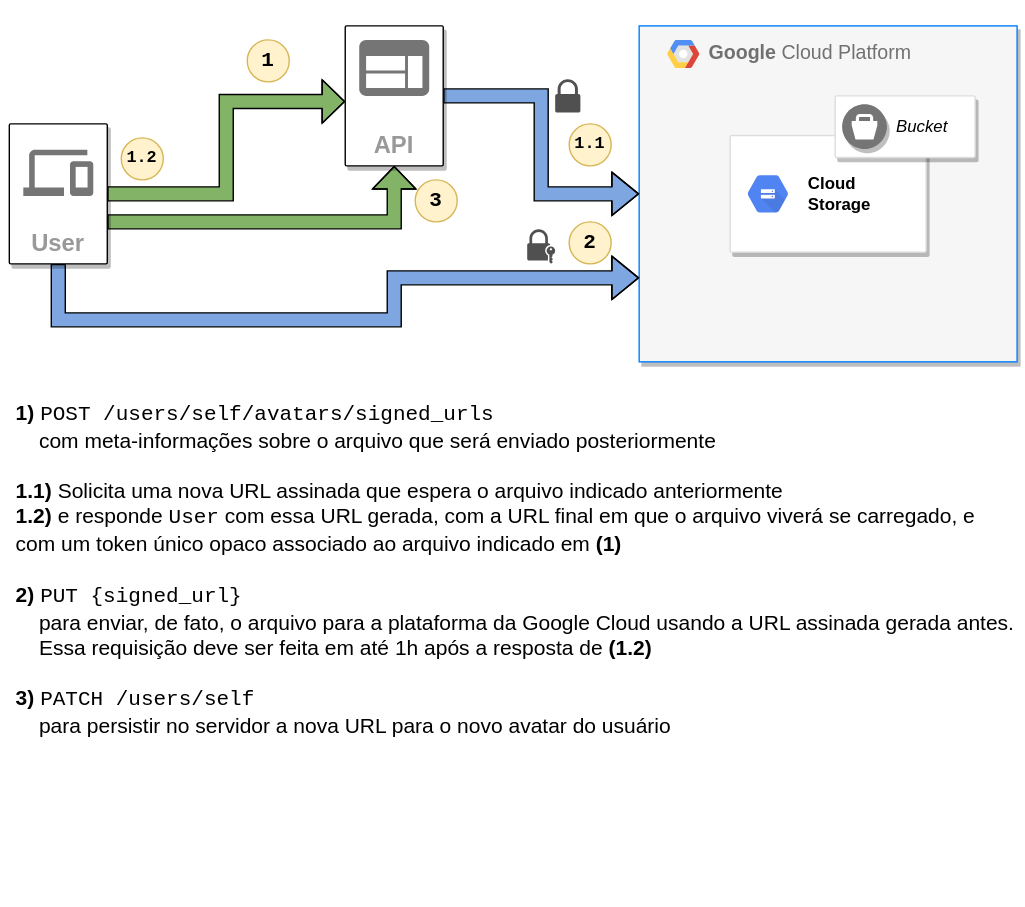
The draw.io diagram drawio-diagrams/user/upload_new_avatar.svg in codemeistre/docs, before a commit. Source tidied: cells renumbered, new cells last; positions are measured from the earlier drawing's top-left corner, leaving out a move shared by most shapes. The source it was exported from:
```xml
<mxGraphModel>
  <root>
    <mxCell id="0" />
    <mxCell id="1" parent="0" />
    <mxCell id="2" value="&lt;b&gt;Google &lt;/b&gt;Cloud Platform" style="fillColor=#F6F6F6;strokeColor=#007FFF;shadow=1;gradientColor=none;fontSize=14;align=left;spacing=10;fontColor=#717171;9E9E9E;verticalAlign=top;spacingTop=-4;fontStyle=0;spacingLeft=40;html=1;" parent="1" vertex="1">
      <mxGeometry x="456" y="18" width="270" height="240" as="geometry" />
    </mxCell>
    <mxCell id="3" style="shape=mxgraph.gcp2.google_cloud_platform;fillColor=#F6F6F6;strokeColor=none;shadow=0;gradientColor=none;" parent="2" vertex="1">
      <mxGeometry width="23" height="20" relative="1" as="geometry">
        <mxPoint x="20" y="10" as="offset" />
      </mxGeometry>
    </mxCell>
    <mxCell id="4" style="strokeColor=#dddddd;shadow=1;strokeWidth=1;rounded=1;absoluteArcSize=1;arcSize=2;fontStyle=0;" parent="2" vertex="1">
      <mxGeometry x="65" y="78.3" width="140" height="83.3" as="geometry" />
    </mxCell>
    <mxCell id="5" value="Cloud&#10;Storage" style="sketch=0;dashed=0;html=1;fillColor=#5184F3;strokeColor=none;shape=mxgraph.gcp2.hexIcon;prIcon=cloud_storage;labelPosition=right;verticalLabelPosition=middle;align=left;verticalAlign=middle;spacingLeft=5;fontColor=#000000;fontSize=12;fontStyle=1;" parent="4" vertex="1">
      <mxGeometry y="0.5" width="44" height="39" relative="1" as="geometry">
        <mxPoint x="5" y="-19.5" as="offset" />
      </mxGeometry>
    </mxCell>
    <mxCell id="6" style="strokeColor=#dddddd;shadow=1;strokeWidth=1;rounded=1;absoluteArcSize=1;arcSize=2;fontSize=17;" parent="2" vertex="1">
      <mxGeometry x="140" y="50" width="100" height="44" as="geometry" />
    </mxCell>
    <mxCell id="7" value="Bucket" style="sketch=0;dashed=0;html=1;fillColor=#757575;strokeColor=none;shape=mxgraph.gcp2.bucket;labelPosition=right;verticalLabelPosition=middle;align=left;verticalAlign=middle;spacingLeft=5;fontSize=12;shadow=1;fontStyle=2;" parent="6" vertex="1">
      <mxGeometry y="0.5" width="32" height="32" relative="1" as="geometry">
        <mxPoint x="5" y="-16" as="offset" />
      </mxGeometry>
    </mxCell>
    <mxCell id="8" style="edgeStyle=orthogonalEdgeStyle;shape=flexArrow;rounded=0;jettySize=auto;html=1;entryX=0;entryY=0.75;entryDx=0;entryDy=0;fontSize=17;startArrow=none;strokeColor=#000000;strokeWidth=1;fillColor=#7EA6E0;startFill=0;" parent="1" edge="1" source="10" target="2">
      <mxGeometry relative="1" as="geometry">
        <Array as="points">
          <mxPoint x="41" y="228" />
          <mxPoint x="281" y="228" />
          <mxPoint x="281" y="198" />
        </Array>
      </mxGeometry>
    </mxCell>
    <mxCell id="9" style="edgeStyle=orthogonalEdgeStyle;shape=flexArrow;rounded=0;jettySize=auto;html=1;entryX=0.5;entryY=1;entryDx=0;entryDy=0;fontFamily=Courier New;fontSize=15;fontColor=#000000;startArrow=none;startFill=0;startSize=6;endSize=5;strokeColor=#000000;strokeWidth=1;fillColor=#82B366;" parent="1" edge="1" source="10" target="15">
      <mxGeometry relative="1" as="geometry">
        <Array as="points">
          <mxPoint x="281" y="158" />
        </Array>
      </mxGeometry>
    </mxCell>
    <mxCell id="10" value="User" style="strokeColor=#000000;fillColor=#ffffff;shadow=1;strokeWidth=1;rounded=1;absoluteArcSize=1;arcSize=2;labelPosition=center;verticalLabelPosition=middle;align=center;verticalAlign=bottom;spacingLeft=0;fontColor=#999999;fontSize=17;whiteSpace=wrap;spacingBottom=2;html=1;fontStyle=1;" parent="1" vertex="1">
      <mxGeometry x="6" y="88" width="70" height="100" as="geometry" />
    </mxCell>
    <mxCell id="11" style="dashed=0;html=1;fillColor=#757575;strokeColor=none;shape=mxgraph.gcp2.desktop_and_mobile;" parent="10" vertex="1">
      <mxGeometry x="0.5" width="50" height="33" relative="1" as="geometry">
        <mxPoint x="-25" y="18.5" as="offset" />
      </mxGeometry>
    </mxCell>
    <mxCell id="12" style="edgeStyle=orthogonalEdgeStyle;shape=flexArrow;rounded=0;jettySize=auto;html=1;entryX=0;entryY=0.5;entryDx=0;entryDy=0;fontSize=17;strokeColor=default;strokeWidth=1;fillColor=#7EA6E0;startArrow=none;startFill=0;" parent="1" edge="1" source="15" target="2">
      <mxGeometry relative="1" as="geometry" />
    </mxCell>
    <mxCell id="13" style="edgeStyle=orthogonalEdgeStyle;rounded=0;html=1;labelBackgroundColor=none;startFill=1;endArrow=blockThin;endFill=1;jettySize=auto;strokeColor=default;strokeWidth=1;fontSize=12;fontColor=#000000;align=left;dashed=0;fillColor=#82B366;entryX=0;entryY=0.54;entryDx=0;entryDy=0;entryPerimeter=0;shape=flexArrow;startSize=6;endSize=5;" parent="1" edge="1" source="10" target="15">
      <mxGeometry relative="1" as="geometry" />
    </mxCell>
    <mxCell id="14" style="group;" parent="1" vertex="1">
      <mxGeometry x="246" y="18" width="70" height="100" as="geometry" />
    </mxCell>
    <mxCell id="15" value="API" style="strokeColor=#000000;fillColor=#ffffff;shadow=1;strokeWidth=1;rounded=1;absoluteArcSize=1;arcSize=2;labelPosition=center;verticalLabelPosition=middle;align=center;verticalAlign=bottom;spacingLeft=0;fontColor=#999999;fontSize=17;whiteSpace=wrap;spacingBottom=2;html=1;fontStyle=1;" parent="14" vertex="1">
      <mxGeometry width="70" height="100" as="geometry" />
    </mxCell>
    <mxCell id="16" style="sketch=0;dashed=0;html=1;fillColor=#757575;strokeColor=none;shape=mxgraph.gcp2.application;shadow=0;fontSize=17;fontColor=#000000;" parent="14" vertex="1">
      <mxGeometry x="10" y="10" width="50" height="40" as="geometry" />
    </mxCell>
    <mxCell id="17" value="1" style="ellipse;whiteSpace=wrap;html=1;shadow=0;fontSize=15;strokeColor=#d6b656;fillColor=#fff2cc;fontFamily=Courier New;fontStyle=1;" parent="1" vertex="1">
      <mxGeometry x="176" y="28" width="30" height="30" as="geometry" />
    </mxCell>
    <mxCell id="18" value="1.1" style="ellipse;whiteSpace=wrap;html=1;shadow=0;fontSize=12;strokeColor=#d6b656;fillColor=#fff2cc;fontFamily=Courier New;fontStyle=1;" parent="1" vertex="1">
      <mxGeometry x="406" y="88" width="30" height="30" as="geometry" />
    </mxCell>
    <mxCell id="19" value="2" style="ellipse;whiteSpace=wrap;html=1;shadow=0;fontSize=15;strokeColor=#d6b656;fillColor=#fff2cc;fontFamily=Courier New;fontStyle=1;" parent="1" vertex="1">
      <mxGeometry x="406" y="158" width="30" height="30" as="geometry" />
    </mxCell>
    <mxCell id="20" value="3" style="ellipse;whiteSpace=wrap;html=1;shadow=0;fontSize=15;strokeColor=#d6b656;fillColor=#fff2cc;fontFamily=Courier New;fontStyle=1;" parent="1" vertex="1">
      <mxGeometry x="296" y="128" width="30" height="30" as="geometry" />
    </mxCell>
    <mxCell id="21" style="sketch=0;shadow=0;dashed=0;html=1;strokeColor=none;fillColor=#505050;labelPosition=center;verticalLabelPosition=bottom;verticalAlign=top;align=center;shape=mxgraph.office.security.lock_protected;fontFamily=Courier New;fontSize=15;fontColor=#000000;" parent="1" vertex="1">
      <mxGeometry x="396" y="56.1" width="18" height="23.8" as="geometry" />
    </mxCell>
    <mxCell id="22" style="sketch=0;shadow=0;dashed=0;html=1;strokeColor=none;fillColor=#505050;labelPosition=center;verticalLabelPosition=bottom;verticalAlign=top;align=center;shape=mxgraph.office.security.lock_with_key_security;fontFamily=Courier New;fontSize=15;fontColor=#000000;" parent="1" vertex="1">
      <mxGeometry x="376" y="163.3" width="20" height="24.7" as="geometry" />
    </mxCell>
    <mxCell id="23" value="&lt;b&gt;1)&lt;/b&gt; &lt;font face=&quot;Courier New&quot;&gt;POST /users/self/avatars/signed_urls&lt;/font&gt;&lt;br&gt;&lt;div&gt;&amp;nbsp;&amp;nbsp;&amp;nbsp; com meta-informações sobre o arquivo que será enviado posteriormente&lt;/div&gt;&lt;div&gt;&lt;br&gt;&lt;/div&gt;&lt;div&gt;&lt;b&gt;1.1)&lt;/b&gt; Solicita uma nova URL assinada que espera o arquivo indicado anteriormente&lt;/div&gt;&lt;div&gt;&lt;b&gt;1.2)&lt;/b&gt; e responde &lt;font face=&quot;Courier New&quot;&gt;User&lt;/font&gt; com essa URL gerada, com a URL final em que o arquivo viverá se carregado, e com um token único opaco associado ao arquivo indicado em &lt;b&gt;(1)&lt;/b&gt;&lt;/div&gt;&lt;div&gt;&lt;br&gt;&lt;/div&gt;&lt;div&gt;&lt;b&gt;2) &lt;/b&gt;&lt;font face=&quot;Courier New&quot;&gt;PUT {signed_url}&lt;/font&gt;&lt;/div&gt;&lt;div&gt;&amp;nbsp;&amp;nbsp;&amp;nbsp; para enviar, de fato, o arquivo para a plataforma da Google Cloud usando a URL assinada gerada antes.&lt;/div&gt;&lt;div&gt;&amp;nbsp;&amp;nbsp;&amp;nbsp; Essa requisição deve ser feita em até 1h após a resposta de &lt;b&gt;(1.2)&lt;/b&gt;&lt;/div&gt;&lt;div&gt;&lt;br&gt;&lt;/div&gt;&lt;div&gt;&lt;b&gt;3)&lt;/b&gt; &lt;font face=&quot;Courier New&quot;&gt;PATCH /users/self&lt;/font&gt;&lt;/div&gt;&lt;div&gt;&amp;nbsp;&amp;nbsp;&amp;nbsp; para persistir no servidor a nova URL para o novo avatar do usuário&lt;/div&gt;" style="text;html=1;strokeColor=none;fillColor=none;spacing=5;spacingTop=-20;whiteSpace=wrap;overflow=hidden;rounded=0;shadow=0;fontFamily=Helvetica;fontSize=15;fontColor=#000000;verticalAlign=top;horizontal=1;" parent="1" vertex="1">
      <mxGeometry x="6" y="296" width="724" height="350" as="geometry" />
    </mxCell>
    <mxCell id="24" value="1.2" style="ellipse;whiteSpace=wrap;html=1;shadow=0;fontSize=12;strokeColor=#d6b656;fillColor=#fff2cc;fontFamily=Courier New;fontStyle=1;" parent="1" vertex="1">
      <mxGeometry x="86" y="98" width="30" height="30" as="geometry" />
    </mxCell>
    <mxCell id="25" style="whiteSpace=wrap;html=1;shadow=0;fontFamily=Courier New;fontSize=15;fontColor=#000000;strokeColor=none;fillColor=none;" parent="1" vertex="1">
      <mxGeometry width="120" height="16" as="geometry" />
    </mxCell>
  </root>
</mxGraphModel>
```
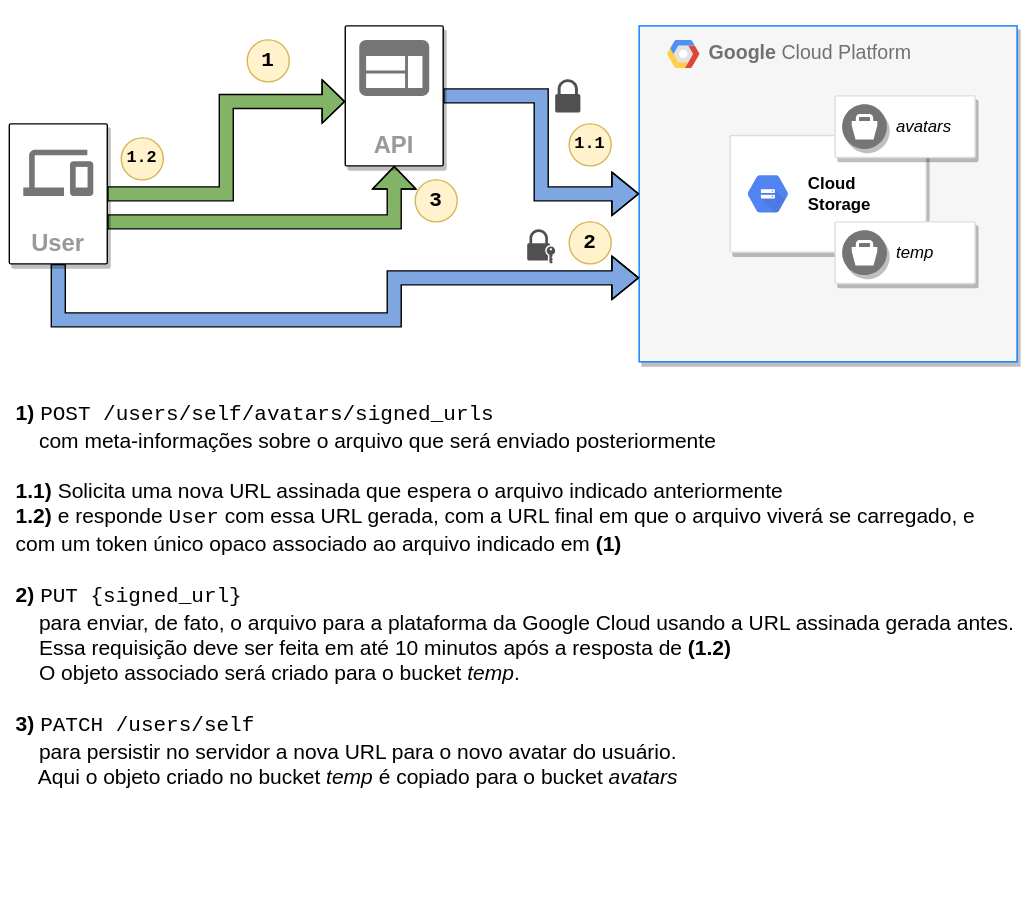
After the commit.

Commit message:
docs: update avatar upload diagram

Change to the diagram source:
```diff
@@ -21,11 +21,19 @@
     <mxCell id="6" style="strokeColor=#dddddd;shadow=1;strokeWidth=1;rounded=1;absoluteArcSize=1;arcSize=2;fontSize=17;" parent="2" vertex="1">
       <mxGeometry x="140" y="50" width="100" height="44" as="geometry" />
     </mxCell>
-    <mxCell id="7" value="Bucket" style="sketch=0;dashed=0;html=1;fillColor=#757575;strokeColor=none;shape=mxgraph.gcp2.bucket;labelPosition=right;verticalLabelPosition=middle;align=left;verticalAlign=middle;spacingLeft=5;fontSize=12;shadow=1;fontStyle=2;" parent="6" vertex="1">
+    <mxCell id="7" value="avatars" style="sketch=0;dashed=0;html=1;fillColor=#757575;strokeColor=none;shape=mxgraph.gcp2.bucket;labelPosition=right;verticalLabelPosition=middle;align=left;verticalAlign=middle;spacingLeft=5;fontSize=12;shadow=1;fontStyle=2;" parent="6" vertex="1">
       <mxGeometry y="0.5" width="32" height="32" relative="1" as="geometry">
         <mxPoint x="5" y="-16" as="offset" />
       </mxGeometry>
     </mxCell>
+    <mxCell id="26" style="strokeColor=#dddddd;shadow=1;strokeWidth=1;rounded=1;absoluteArcSize=1;arcSize=2;fontSize=17;" parent="2" vertex="1">
+      <mxGeometry x="140" y="140" width="100" height="44" as="geometry" />
+    </mxCell>
+    <mxCell id="27" value="temp" style="sketch=0;dashed=0;html=1;fillColor=#757575;strokeColor=none;shape=mxgraph.gcp2.bucket;labelPosition=right;verticalLabelPosition=middle;align=left;verticalAlign=middle;spacingLeft=5;fontSize=12;shadow=1;fontStyle=2;" parent="26" vertex="1">
+      <mxGeometry y="0.5" width="32" height="32" relative="1" as="geometry">
+        <mxPoint x="5" y="-16" as="offset" />
+      </mxGeometry>
+    </mxCell>
     <mxCell id="8" style="edgeStyle=orthogonalEdgeStyle;shape=flexArrow;rounded=0;jettySize=auto;html=1;entryX=0;entryY=0.75;entryDx=0;entryDy=0;fontSize=17;startArrow=none;strokeColor=#000000;strokeWidth=1;fillColor=#7EA6E0;startFill=0;" parent="1" edge="1" source="10" target="2">
       <mxGeometry relative="1" as="geometry">
         <Array as="points">
@@ -83,7 +91,7 @@
     <mxCell id="22" style="sketch=0;shadow=0;dashed=0;html=1;strokeColor=none;fillColor=#505050;labelPosition=center;verticalLabelPosition=bottom;verticalAlign=top;align=center;shape=mxgraph.office.security.lock_with_key_security;fontFamily=Courier New;fontSize=15;fontColor=#000000;" parent="1" vertex="1">
       <mxGeometry x="376" y="163.3" width="20" height="24.7" as="geometry" />
     </mxCell>
-    <mxCell id="23" value="&lt;b&gt;1)&lt;/b&gt; &lt;font face=&quot;Courier New&quot;&gt;POST /users/self/avatars/signed_urls&lt;/font&gt;&lt;br&gt;&lt;div&gt;&amp;nbsp;&amp;nbsp;&amp;nbsp; com meta-informações sobre o arquivo que será enviado posteriormente&lt;/div&gt;&lt;div&gt;&lt;br&gt;&lt;/div&gt;&lt;div&gt;&lt;b&gt;1.1)&lt;/b&gt; Solicita uma nova URL assinada que espera o arquivo indicado anteriormente&lt;/div&gt;&lt;div&gt;&lt;b&gt;1.2)&lt;/b&gt; e responde &lt;font face=&quot;Courier New&quot;&gt;User&lt;/font&gt; com essa URL gerada, com a URL final em que o arquivo viverá se carregado, e com um token único opaco associado ao arquivo indicado em &lt;b&gt;(1)&lt;/b&gt;&lt;/div&gt;&lt;div&gt;&lt;br&gt;&lt;/div&gt;&lt;div&gt;&lt;b&gt;2) &lt;/b&gt;&lt;font face=&quot;Courier New&quot;&gt;PUT {signed_url}&lt;/font&gt;&lt;/div&gt;&lt;div&gt;&amp;nbsp;&amp;nbsp;&amp;nbsp; para enviar, de fato, o arquivo para a plataforma da Google Cloud usando a URL assinada gerada antes.&lt;/div&gt;&lt;div&gt;&amp;nbsp;&amp;nbsp;&amp;nbsp; Essa requisição deve ser feita em até 1h após a resposta de &lt;b&gt;(1.2)&lt;/b&gt;&lt;/div&gt;&lt;div&gt;&lt;br&gt;&lt;/div&gt;&lt;div&gt;&lt;b&gt;3)&lt;/b&gt; &lt;font face=&quot;Courier New&quot;&gt;PATCH /users/self&lt;/font&gt;&lt;/div&gt;&lt;div&gt;&amp;nbsp;&amp;nbsp;&amp;nbsp; para persistir no servidor a nova URL para o novo avatar do usuário&lt;/div&gt;" style="text;html=1;strokeColor=none;fillColor=none;spacing=5;spacingTop=-20;whiteSpace=wrap;overflow=hidden;rounded=0;shadow=0;fontFamily=Helvetica;fontSize=15;fontColor=#000000;verticalAlign=top;horizontal=1;" parent="1" vertex="1">
+    <mxCell id="23" value="&lt;b&gt;1)&lt;/b&gt; &lt;font face=&quot;Courier New&quot;&gt;POST /users/self/avatars/signed_urls&lt;/font&gt;&lt;br&gt;&lt;div&gt;&amp;nbsp;&amp;nbsp;&amp;nbsp; com meta-informações sobre o arquivo que será enviado posteriormente&lt;/div&gt;&lt;div&gt;&lt;br&gt;&lt;/div&gt;&lt;div&gt;&lt;b&gt;1.1)&lt;/b&gt; Solicita uma nova URL assinada que espera o arquivo indicado anteriormente&lt;/div&gt;&lt;div&gt;&lt;b&gt;1.2)&lt;/b&gt; e responde &lt;font face=&quot;Courier New&quot;&gt;User&lt;/font&gt; com essa URL gerada, com a URL final em que o arquivo viverá se carregado, e com um token único opaco associado ao arquivo indicado em &lt;b&gt;(1)&lt;/b&gt;&lt;/div&gt;&lt;div&gt;&lt;br&gt;&lt;/div&gt;&lt;div&gt;&lt;b&gt;2) &lt;/b&gt;&lt;font face=&quot;Courier New&quot;&gt;PUT {signed_url}&lt;/font&gt;&lt;/div&gt;&lt;div&gt;&amp;nbsp;&amp;nbsp;&amp;nbsp; para enviar, de fato, o arquivo para a plataforma da Google Cloud usando a URL assinada gerada antes.&lt;/div&gt;&lt;div&gt;&amp;nbsp;&amp;nbsp;&amp;nbsp; Essa requisição deve ser feita em até 10 minutos após a resposta de &lt;b&gt;(1.2)&lt;/b&gt;&lt;/div&gt;&lt;div&gt;&lt;b&gt;&amp;nbsp;&amp;nbsp;&amp;nbsp; &lt;/b&gt;O objeto associado será criado para o bucket &lt;i&gt;temp&lt;/i&gt;.&lt;b&gt;&lt;br&gt;&lt;/b&gt;&lt;/div&gt;&lt;div&gt;&lt;br&gt;&lt;/div&gt;&lt;div&gt;&lt;b&gt;3)&lt;/b&gt; &lt;font face=&quot;Courier New&quot;&gt;PATCH /users/self&lt;/font&gt;&lt;/div&gt;&lt;div&gt;&amp;nbsp;&amp;nbsp;&amp;nbsp; para persistir no servidor a nova URL para o novo avatar do usuário.&lt;/div&gt;&lt;div&gt;&amp;nbsp;&amp;nbsp;&amp;nbsp; Aqui o objeto criado no bucket &lt;i&gt;temp&lt;/i&gt; é copiado para o bucket &lt;i&gt;avatars&lt;/i&gt;&lt;br&gt;&lt;/div&gt;" style="text;html=1;strokeColor=none;fillColor=none;spacing=5;spacingTop=-20;whiteSpace=wrap;overflow=hidden;rounded=0;shadow=0;fontFamily=Helvetica;fontSize=15;fontColor=#000000;verticalAlign=top;horizontal=1;" parent="1" vertex="1">
       <mxGeometry x="6" y="296" width="724" height="350" as="geometry" />
     </mxCell>
     <mxCell id="24" value="1.2" style="ellipse;whiteSpace=wrap;html=1;shadow=0;fontSize=12;strokeColor=#d6b656;fillColor=#fff2cc;fontFamily=Courier New;fontStyle=1;" parent="1" vertex="1">
```
